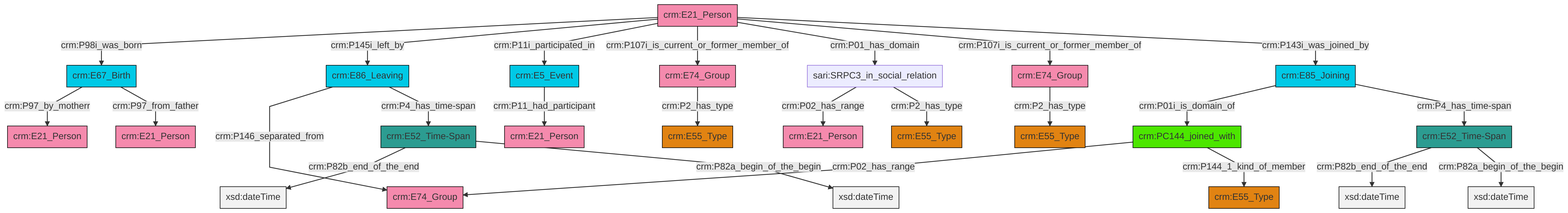
Earlier version of the Mermaid export et/personCSV/ttl/mmd/png/Person_Actor_Relations.png (swiss-art-research-net/reference-data-models). Its source is kept beside it as et/personCSV/ttl/mmd/Person_Actor_Relations.ttl.mmd.
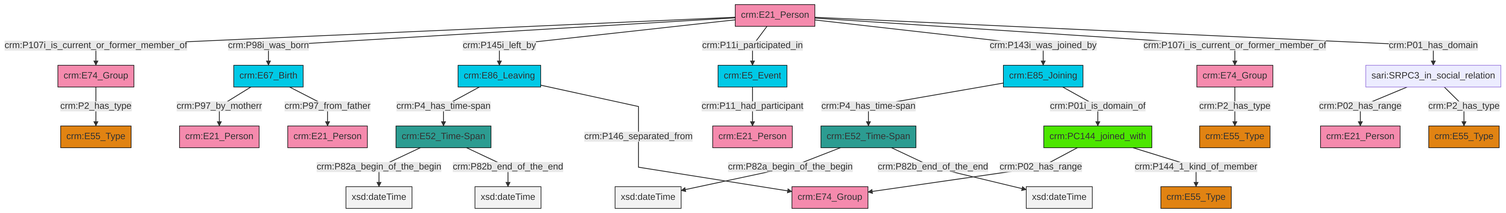
Later version of the same file.

Change to the diagram source:
```diff
@@ -13,27 +13,27 @@
 classDef PC_Classes fill:#4ce600, stroke:#000000;
 classDef Multi fill:#cccccc,stroke:#000000;
 
-0["crm:E85_Joining"]:::Temporal_Entity -->|crm:P01i_is_domain_of| 1["crm:PC144_joined_with"]:::PC_Classes
-0["crm:E85_Joining"]:::Temporal_Entity -->|crm:P4_has_time-span| 2["crm:E52_Time-Span"]:::Time-Span
-1["crm:PC144_joined_with"]:::PC_Classes -->|crm:P02_has_range| 3["crm:E74_Group"]:::Actor
-1["crm:PC144_joined_with"]:::PC_Classes -->|crm:P144_1_kind_of_member| 4["crm:E55_Type"]:::Type
-2["crm:E52_Time-Span"]:::Time-Span -->|crm:P82b_end_of_the_end| 5[xsd:dateTime]:::Literal
-6["crm:E52_Time-Span"]:::Time-Span -->|crm:P82b_end_of_the_end| 7[xsd:dateTime]:::Literal
-11["crm:E21_Person"]:::Actor -->|crm:P98i_was_born| 12["crm:E67_Birth"]:::Temporal_Entity
-9["crm:E86_Leaving"]:::Temporal_Entity -->|crm:P146_separated_from| 3["crm:E74_Group"]:::Actor
-16["sari:SRPC3_in_social_relation"]:::Default -->|crm:P02_has_range| 17["crm:E21_Person"]:::Actor
-11["crm:E21_Person"]:::Actor -->|crm:P145i_left_by| 9["crm:E86_Leaving"]:::Temporal_Entity
-12["crm:E67_Birth"]:::Temporal_Entity -->|crm:P97_by_motherr| 13["crm:E21_Person"]:::Actor
-11["crm:E21_Person"]:::Actor -->|crm:P11i_participated_in| 26["crm:E5_Event"]:::Temporal_Entity
-31["crm:E74_Group"]:::Actor -->|crm:P2_has_type| 18["crm:E55_Type"]:::Type
-11["crm:E21_Person"]:::Actor -->|crm:P107i_is_current_or_former_member_of| 31["crm:E74_Group"]:::Actor
-9["crm:E86_Leaving"]:::Temporal_Entity -->|crm:P4_has_time-span| 6["crm:E52_Time-Span"]:::Time-Span
-11["crm:E21_Person"]:::Actor -->|crm:P01_has_domain| 16["sari:SRPC3_in_social_relation"]:::Default
-16["sari:SRPC3_in_social_relation"]:::Default -->|crm:P2_has_type| 34["crm:E55_Type"]:::Type
-6["crm:E52_Time-Span"]:::Time-Span -->|crm:P82a_begin_of_the_begin| 38[xsd:dateTime]:::Literal
-11["crm:E21_Person"]:::Actor -->|crm:P107i_is_current_or_former_member_of| 22["crm:E74_Group"]:::Actor
-26["crm:E5_Event"]:::Temporal_Entity -->|crm:P11_had_participant| 32["crm:E21_Person"]:::Actor
-22["crm:E74_Group"]:::Actor -->|crm:P2_has_type| 24["crm:E55_Type"]:::Type
-12["crm:E67_Birth"]:::Temporal_Entity -->|crm:P97_from_father| 27["crm:E21_Person"]:::Actor
-2["crm:E52_Time-Span"]:::Time-Span -->|crm:P82a_begin_of_the_begin| 45[xsd:dateTime]:::Literal
-11["crm:E21_Person"]:::Actor -->|crm:P143i_was_joined_by| 0["crm:E85_Joining"]:::Temporal_Entity
+0["crm:E21_Person"]:::Actor -->|crm:P107i_is_current_or_former_member_of| 1["crm:E74_Group"]:::Actor
+2["crm:E52_Time-Span"]:::Time-Span -->|crm:P82a_begin_of_the_begin| 3[xsd:dateTime]:::Literal
+0["crm:E21_Person"]:::Actor -->|crm:P98i_was_born| 6["crm:E67_Birth"]:::Temporal_Entity
+0["crm:E21_Person"]:::Actor -->|crm:P145i_left_by| 9["crm:E86_Leaving"]:::Temporal_Entity
+14["crm:PC144_joined_with"]:::PC_Classes -->|crm:P02_has_range| 15["crm:E74_Group"]:::Actor
+14["crm:PC144_joined_with"]:::PC_Classes -->|crm:P144_1_kind_of_member| 16["crm:E55_Type"]:::Type
+18["crm:E52_Time-Span"]:::Time-Span -->|crm:P82a_begin_of_the_begin| 19[xsd:dateTime]:::Literal
+6["crm:E67_Birth"]:::Temporal_Entity -->|crm:P97_by_motherr| 22["crm:E21_Person"]:::Actor
+26["crm:E5_Event"]:::Temporal_Entity -->|crm:P11_had_participant| 27["crm:E21_Person"]:::Actor
+20["crm:E85_Joining"]:::Temporal_Entity -->|crm:P4_has_time-span| 18["crm:E52_Time-Span"]:::Time-Span
+7["sari:SRPC3_in_social_relation"]:::Default -->|crm:P02_has_range| 29["crm:E21_Person"]:::Actor
+0["crm:E21_Person"]:::Actor -->|crm:P11i_participated_in| 26["crm:E5_Event"]:::Temporal_Entity
+18["crm:E52_Time-Span"]:::Time-Span -->|crm:P82b_end_of_the_end| 33[xsd:dateTime]:::Literal
+1["crm:E74_Group"]:::Actor -->|crm:P2_has_type| 30["crm:E55_Type"]:::Type
+0["crm:E21_Person"]:::Actor -->|crm:P143i_was_joined_by| 20["crm:E85_Joining"]:::Temporal_Entity
+7["sari:SRPC3_in_social_relation"]:::Default -->|crm:P2_has_type| 10["crm:E55_Type"]:::Type
+9["crm:E86_Leaving"]:::Temporal_Entity -->|crm:P4_has_time-span| 2["crm:E52_Time-Span"]:::Time-Span
+0["crm:E21_Person"]:::Actor -->|crm:P107i_is_current_or_former_member_of| 12["crm:E74_Group"]:::Actor
+6["crm:E67_Birth"]:::Temporal_Entity -->|crm:P97_from_father| 4["crm:E21_Person"]:::Actor
+2["crm:E52_Time-Span"]:::Time-Span -->|crm:P82b_end_of_the_end| 38[xsd:dateTime]:::Literal
+0["crm:E21_Person"]:::Actor -->|crm:P01_has_domain| 7["sari:SRPC3_in_social_relation"]:::Default
+9["crm:E86_Leaving"]:::Temporal_Entity -->|crm:P146_separated_from| 15["crm:E74_Group"]:::Actor
+20["crm:E85_Joining"]:::Temporal_Entity -->|crm:P01i_is_domain_of| 14["crm:PC144_joined_with"]:::PC_Classes
+12["crm:E74_Group"]:::Actor -->|crm:P2_has_type| 39["crm:E55_Type"]:::Type
```
